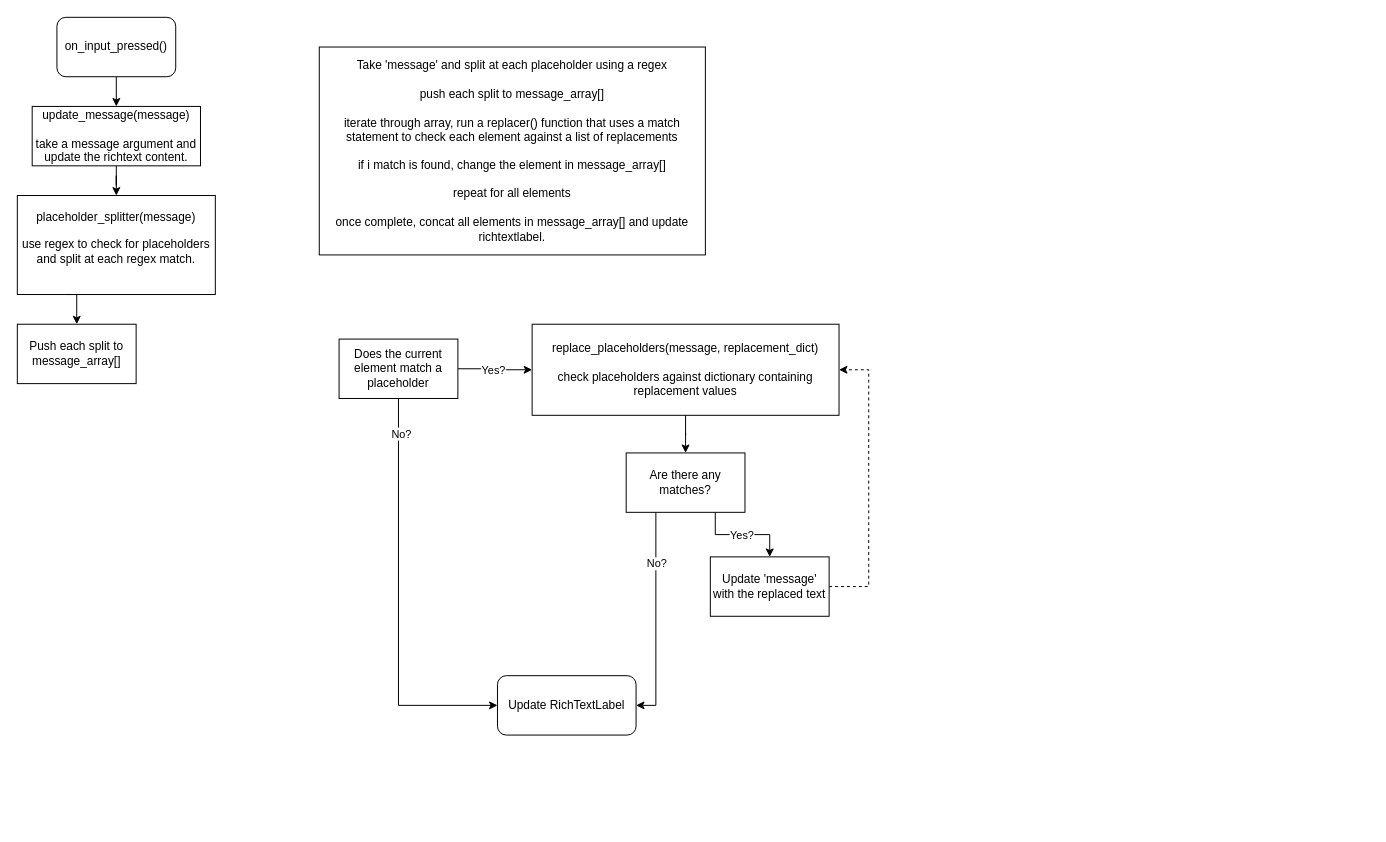
Before: RPGTest_DialogueFlowchart.drawio in WeekOldFishBones/RPGBattleTest, a draw.io diagram. Source tidied: cells renumbered, new cells numbered last; positions are measured from the earlier drawing's top-left corner, leaving out a move shared by most shapes. Both pictures are drawn from the tidied source at 99%, with x=0, y=0 at pixel (17, 17).
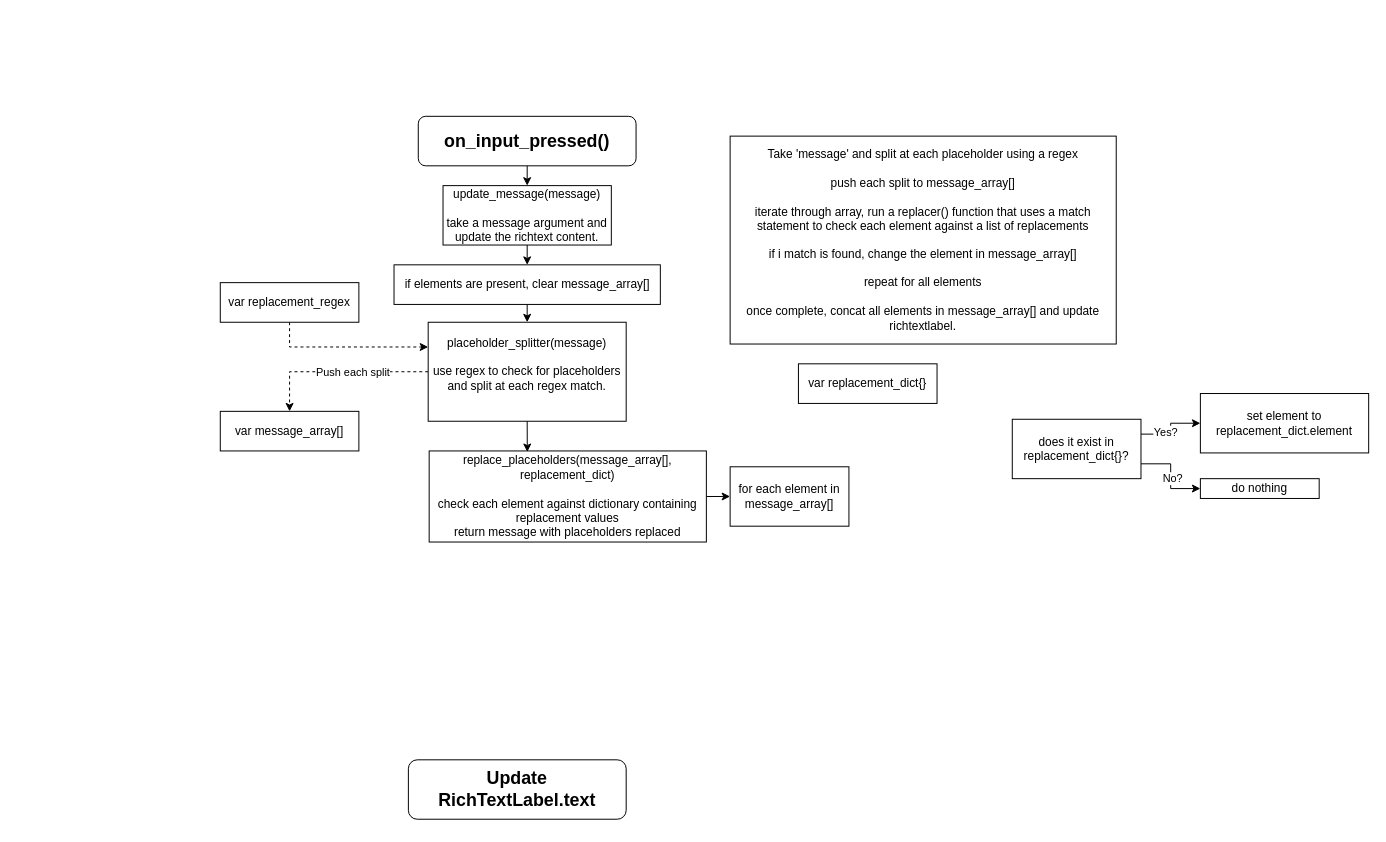
The same diagram, later.

Diff of the diagram source:
```diff
@@
-    <mxCell id="2" style="edgeStyle=orthogonalEdgeStyle;rounded=0;jettySize=auto;html=1;exitX=0.5;exitY=1;exitDx=0;exitDy=0;" parent="1" edge="1" source="3" target="5">
-      <mxGeometry relative="1" as="geometry" />
-    </mxCell>
+    <mxCell id="25" style="edgeStyle=orthogonalEdgeStyle;rounded=0;jettySize=auto;html=1;exitX=0.5;exitY=1;exitDx=0;exitDy=0;entryX=0.5;entryY=0;entryDx=0;entryDy=0;" parent="1" edge="1" source="3" target="42">
+      <mxGeometry relative="1" as="geometry" />
+    </mxCell>
     <mxCell id="3" value="update_message(message)&lt;div&gt;&lt;br&gt;&lt;/div&gt;&lt;div&gt;take a message argument and update the richtext content.&lt;/div&gt;" style="rounded=0;whiteSpace=wrap;html=1;" parent="1" vertex="1">
-      <mxGeometry x="15" y="90" width="170" height="60" as="geometry" />
+      <mxGeometry x="430" y="170" width="170" height="60" as="geometry" />
     </mxCell>
-    <mxCell id="4" style="edgeStyle=orthogonalEdgeStyle;rounded=0;jettySize=auto;html=1;exitX=0.25;exitY=1;exitDx=0;exitDy=0;entryX=0.5;entryY=0;entryDx=0;entryDy=0;" parent="1" edge="1" source="5" target="24">
-      <mxGeometry relative="1" as="geometry" />
-    </mxCell>
+    <mxCell id="26" style="edgeStyle=orthogonalEdgeStyle;rounded=0;jettySize=auto;html=1;exitX=0;exitY=0.5;exitDx=0;exitDy=0;entryX=0.5;entryY=0;entryDx=0;entryDy=0;dashed=1;" parent="1" edge="1" source="5" target="36">
+      <mxGeometry relative="1" as="geometry" />
+    </mxCell>
+    <mxCell id="27" value="Push each split" style="edgeLabel;html=1;align=center;verticalAlign=middle;" parent="26" vertex="1">
+      <mxGeometry x="-0.14" relative="1" as="geometry" />
+    </mxCell>
     <mxCell id="5" value="placeholder_splitter(message)&lt;div&gt;&lt;br&gt;&lt;div&gt;use regex to check for placeholders and split at each regex match.&lt;/div&gt;&lt;div&gt;&lt;br&gt;&lt;/div&gt;&lt;/div&gt;" style="whiteSpace=wrap;html=1;rounded=0;" parent="1" vertex="1">
-      <mxGeometry y="180" width="200" height="100" as="geometry" />
+      <mxGeometry x="415" y="308" width="200" height="100" as="geometry" />
     </mxCell>
-    <mxCell id="6" style="edgeStyle=orthogonalEdgeStyle;rounded=0;jettySize=auto;html=1;exitX=0.5;exitY=1;exitDx=0;exitDy=0;" parent="1" edge="1" source="7" target="12">
-      <mxGeometry relative="1" as="geometry" />
-    </mxCell>
-    <mxCell id="7" value="replace_placeholders(message, replacement_dict)&lt;div&gt;&lt;br&gt;&lt;div&gt;check placeholders against dictionary containing replacement values&lt;/div&gt;&lt;/div&gt;" style="rounded=0;whiteSpace=wrap;html=1;" parent="1" vertex="1">
-      <mxGeometry x="520" y="310" width="310" height="92" as="geometry" />
-    </mxCell>
-    <mxCell id="8" style="edgeStyle=orthogonalEdgeStyle;rounded=0;jettySize=auto;html=1;exitX=0.25;exitY=1;exitDx=0;exitDy=0;entryX=1;entryY=0.5;entryDx=0;entryDy=0;" parent="1" edge="1" source="12" target="20">
-      <mxGeometry relative="1" as="geometry" />
-    </mxCell>
-    <mxCell id="9" value="No?" style="edgeLabel;html=1;align=center;verticalAlign=middle;" parent="8" vertex="1">
-      <mxGeometry x="-0.53" relative="1" as="geometry" />
-    </mxCell>
-    <mxCell id="10" style="edgeStyle=orthogonalEdgeStyle;rounded=0;jettySize=auto;html=1;exitX=0.75;exitY=1;exitDx=0;exitDy=0;" parent="1" edge="1" source="12" target="22">
-      <mxGeometry relative="1" as="geometry" />
-    </mxCell>
-    <mxCell id="11" value="Yes?" style="edgeLabel;html=1;align=center;verticalAlign=middle;" parent="10" vertex="1">
-      <mxGeometry x="-0.03" y="1" relative="1" as="geometry">
-        <mxPoint y="1" as="offset" />
-      </mxGeometry>
-    </mxCell>
-    <mxCell id="12" value="Are there any matches?" style="rounded=0;whiteSpace=wrap;html=1;" parent="1" vertex="1">
-      <mxGeometry x="615" y="440" width="120" height="60" as="geometry" />
-    </mxCell>
-    <mxCell id="13" style="edgeStyle=orthogonalEdgeStyle;rounded=0;jettySize=auto;html=1;exitX=1;exitY=0.5;exitDx=0;exitDy=0;entryX=0;entryY=0.5;entryDx=0;entryDy=0;" parent="1" edge="1" source="17" target="7">
-      <mxGeometry relative="1" as="geometry" />
-    </mxCell>
-    <mxCell id="14" value="Yes?" style="edgeLabel;html=1;align=center;verticalAlign=middle;" parent="13" vertex="1">
-      <mxGeometry x="-0.09" y="-1" relative="1" as="geometry" />
-    </mxCell>
-    <mxCell id="15" style="edgeStyle=orthogonalEdgeStyle;rounded=0;jettySize=auto;html=1;exitX=0.5;exitY=1;exitDx=0;exitDy=0;entryX=0;entryY=0.5;entryDx=0;entryDy=0;" parent="1" edge="1" source="17" target="20">
-      <mxGeometry relative="1" as="geometry" />
-    </mxCell>
-    <mxCell id="16" value="No?" style="edgeLabel;html=1;align=center;verticalAlign=middle;" parent="15" vertex="1">
-      <mxGeometry x="-0.83" y="2" relative="1" as="geometry" />
-    </mxCell>
-    <mxCell id="17" value="Does the current element match a placeholder" style="rounded=0;whiteSpace=wrap;html=1;" parent="1" vertex="1">
-      <mxGeometry x="325" y="325" width="120" height="60" as="geometry" />
-    </mxCell>
+    <mxCell id="28" style="edgeStyle=orthogonalEdgeStyle;rounded=0;jettySize=auto;html=1;exitX=1;exitY=0.5;exitDx=0;exitDy=0;entryX=0;entryY=0.5;entryDx=0;entryDy=0;" parent="1" edge="1" source="29" target="43">
+      <mxGeometry relative="1" as="geometry" />
+    </mxCell>
+    <mxCell id="29" value="replace_placeholders(message_array[], replacement_dict)&lt;div&gt;&lt;br&gt;&lt;div&gt;check each element against dictionary containing replacement values&lt;/div&gt;&lt;/div&gt;&lt;div&gt;return message with placeholders replaced&lt;/div&gt;" style="rounded=0;whiteSpace=wrap;html=1;" parent="1" vertex="1">
+      <mxGeometry x="416" y="438" width="280" height="92" as="geometry" />
+    </mxCell>
+    <mxCell id="30" style="edgeStyle=orthogonalEdgeStyle;rounded=0;jettySize=auto;html=1;exitX=1;exitY=0.25;exitDx=0;exitDy=0;entryX=0;entryY=0.5;entryDx=0;entryDy=0;" parent="1" edge="1" source="34" target="44">
+      <mxGeometry relative="1" as="geometry" />
+    </mxCell>
+    <mxCell id="31" value="Yes?" style="edgeLabel;html=1;align=center;verticalAlign=middle;" parent="30" vertex="1">
+      <mxGeometry x="-0.31" y="3" relative="1" as="geometry" />
+    </mxCell>
+    <mxCell id="32" style="edgeStyle=orthogonalEdgeStyle;rounded=0;jettySize=auto;html=1;exitX=1;exitY=0.75;exitDx=0;exitDy=0;entryX=0;entryY=0.5;entryDx=0;entryDy=0;" parent="1" edge="1" source="34" target="45">
+      <mxGeometry relative="1" as="geometry" />
+    </mxCell>
+    <mxCell id="33" value="No?" style="edgeLabel;html=1;align=center;verticalAlign=middle;" parent="32" vertex="1">
+      <mxGeometry x="0.04" y="1" relative="1" as="geometry" />
+    </mxCell>
+    <mxCell id="34" value="does it exist in replacement_dict{}?" style="rounded=0;whiteSpace=wrap;html=1;" parent="1" vertex="1">
+      <mxGeometry x="1005" y="406" width="130" height="60" as="geometry" />
+    </mxCell>
@@
-    <mxCell id="19" value="on_input_pressed()" style="rounded=1;whiteSpace=wrap;html=1;" parent="1" vertex="1">
-      <mxGeometry x="40" width="120" height="60" as="geometry" />
+    <mxCell id="19" value="&lt;h2&gt;on_input_pressed()&lt;/h2&gt;" style="rounded=1;whiteSpace=wrap;html=1;" parent="1" vertex="1">
+      <mxGeometry x="405" y="100" width="220" height="50" as="geometry" />
     </mxCell>
-    <mxCell id="20" value="Update RichTextLabel" style="rounded=1;whiteSpace=wrap;html=1;" parent="1" vertex="1">
-      <mxGeometry x="485" y="665" width="140" height="60" as="geometry" />
-    </mxCell>
-    <mxCell id="21" style="edgeStyle=orthogonalEdgeStyle;rounded=0;jettySize=auto;html=1;exitX=1;exitY=0.5;exitDx=0;exitDy=0;entryX=1;entryY=0.5;entryDx=0;entryDy=0;dashed=1;" parent="1" edge="1" source="22" target="7">
-      <mxGeometry relative="1" as="geometry">
-        <Array as="points">
-          <mxPoint x="860" y="575" />
-          <mxPoint x="860" y="356" />
-        </Array>
-      </mxGeometry>
-    </mxCell>
-    <mxCell id="22" value="Update 'message' with the replaced text" style="rounded=0;whiteSpace=wrap;html=1;" parent="1" vertex="1">
-      <mxGeometry x="700" y="545" width="120" height="60" as="geometry" />
-    </mxCell>
+    <mxCell id="35" value="&lt;h2&gt;Update RichTextLabel.text&lt;/h2&gt;" style="rounded=1;whiteSpace=wrap;html=1;" parent="1" vertex="1">
+      <mxGeometry x="395" y="750" width="220" height="60" as="geometry" />
+    </mxCell>
     <mxCell id="23" value="Take 'message' and split at each placeholder&amp;nbsp;using a regex&lt;div&gt;&lt;br&gt;&lt;div&gt;push each split to message_array[]&lt;/div&gt;&lt;div&gt;&lt;br&gt;&lt;/div&gt;&lt;div&gt;iterate through array, run a replacer() function that uses a match statement to check each element against a list of replacements&lt;/div&gt;&lt;div&gt;&lt;br&gt;&lt;/div&gt;&lt;div&gt;if i match is found, change the element in message_array[]&lt;/div&gt;&lt;div&gt;&lt;br&gt;&lt;/div&gt;&lt;div&gt;repeat for all elements&lt;/div&gt;&lt;div&gt;&lt;br&gt;&lt;/div&gt;&lt;div&gt;once complete, concat all elements in message_array[] and update richtextlabel.&lt;/div&gt;&lt;/div&gt;" style="rounded=0;whiteSpace=wrap;html=1;" parent="1" vertex="1">
-      <mxGeometry x="305" y="30" width="390" height="210" as="geometry" />
+      <mxGeometry x="720" y="120" width="390" height="210" as="geometry" />
     </mxCell>
-    <mxCell id="24" value="Push each split to message_array[]" style="rounded=0;whiteSpace=wrap;html=1;" parent="1" vertex="1">
-      <mxGeometry y="310" width="120" height="60" as="geometry" />
-    </mxCell>
+    <mxCell id="36" value="var message_array[]" style="rounded=0;whiteSpace=wrap;html=1;" parent="1" vertex="1">
+      <mxGeometry x="205" y="398" width="140" height="40" as="geometry" />
+    </mxCell>
+    <mxCell id="37" style="edgeStyle=orthogonalEdgeStyle;rounded=0;jettySize=auto;html=1;exitX=0.5;exitY=1;exitDx=0;exitDy=0;entryX=0.354;entryY=0.011;entryDx=0;entryDy=0;entryPerimeter=0;" parent="1" edge="1" source="5" target="29">
+      <mxGeometry relative="1" as="geometry" />
+    </mxCell>
+    <mxCell id="38" value="var replacement_dict{}" style="rounded=0;whiteSpace=wrap;html=1;" parent="1" vertex="1">
+      <mxGeometry x="789" y="350" width="140" height="40" as="geometry" />
+    </mxCell>
+    <mxCell id="39" style="edgeStyle=orthogonalEdgeStyle;rounded=0;jettySize=auto;html=1;exitX=0.5;exitY=1;exitDx=0;exitDy=0;entryX=0;entryY=0.25;entryDx=0;entryDy=0;dashed=1;" parent="1" edge="1" source="40" target="5">
+      <mxGeometry relative="1" as="geometry" />
+    </mxCell>
+    <mxCell id="40" value="var replacement_regex" style="rounded=0;whiteSpace=wrap;html=1;" parent="1" vertex="1">
+      <mxGeometry x="205" y="268" width="140" height="40" as="geometry" />
+    </mxCell>
+    <mxCell id="41" style="edgeStyle=orthogonalEdgeStyle;rounded=0;jettySize=auto;html=1;exitX=0.5;exitY=1;exitDx=0;exitDy=0;entryX=0.5;entryY=0;entryDx=0;entryDy=0;" parent="1" edge="1" source="42" target="5">
+      <mxGeometry relative="1" as="geometry" />
+    </mxCell>
+    <mxCell id="42" value="if elements are present, clear message_array[]" style="rounded=0;whiteSpace=wrap;html=1;" parent="1" vertex="1">
+      <mxGeometry x="380.5" y="250" width="269" height="40" as="geometry" />
+    </mxCell>
+    <mxCell id="43" value="for each element in message_array[]" style="rounded=0;whiteSpace=wrap;html=1;" parent="1" vertex="1">
+      <mxGeometry x="720" y="454" width="120" height="60" as="geometry" />
+    </mxCell>
+    <mxCell id="44" value="set element to replacement_dict.element" style="rounded=0;whiteSpace=wrap;html=1;" parent="1" vertex="1">
+      <mxGeometry x="1195" y="380" width="170" height="60" as="geometry" />
+    </mxCell>
+    <mxCell id="45" value="do nothing" style="rounded=0;whiteSpace=wrap;html=1;" parent="1" vertex="1">
+      <mxGeometry x="1195" y="466" width="120" height="20" as="geometry" />
+    </mxCell>
```
